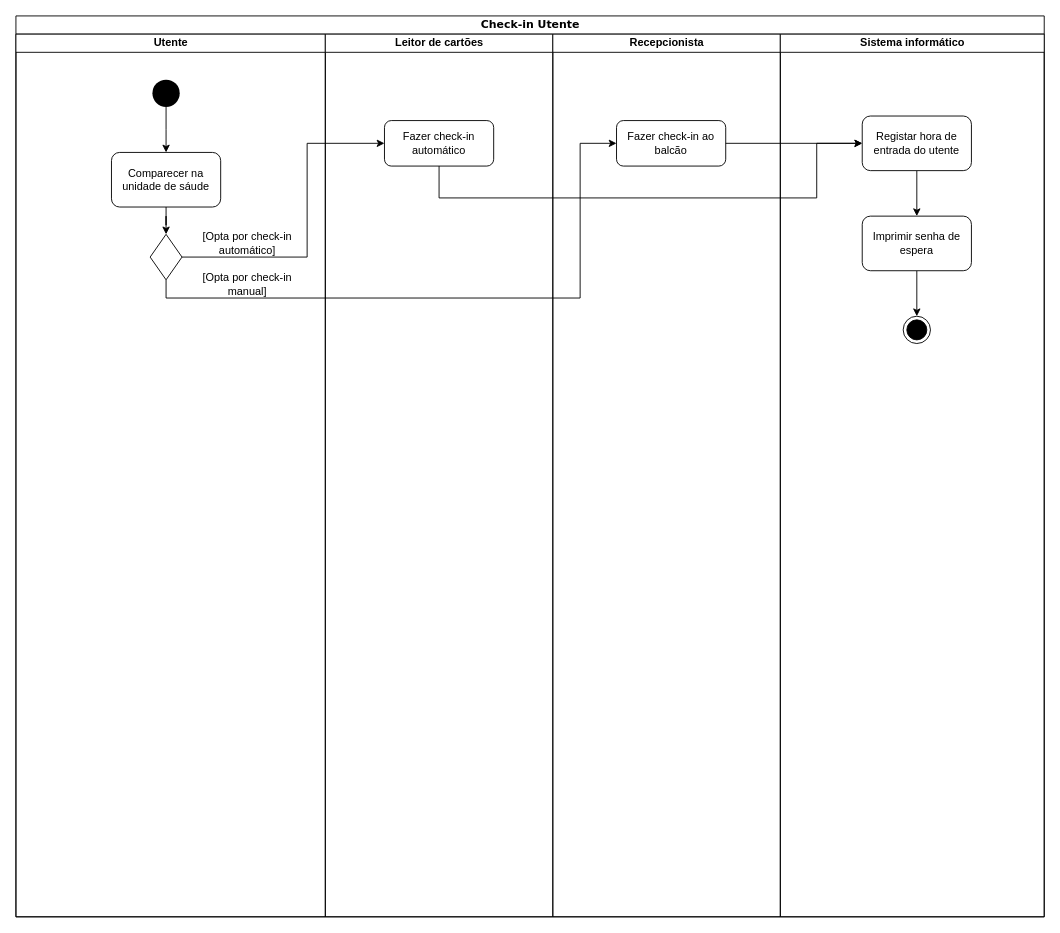
carlan92/Hospital_Management_System keeps this draw.io diagram as page "Check-in Utente" (5 of 6) of Diagramas de actividades.drawio. Above is the earlier version. Source tidied: cells renumbered, new cells numbered last; positions are measured from the earlier drawing's top-left corner, leaving out a move shared by most shapes. Both pictures are drawn from the tidied source at 91%, with x=0, y=0 at pixel (15, 15).
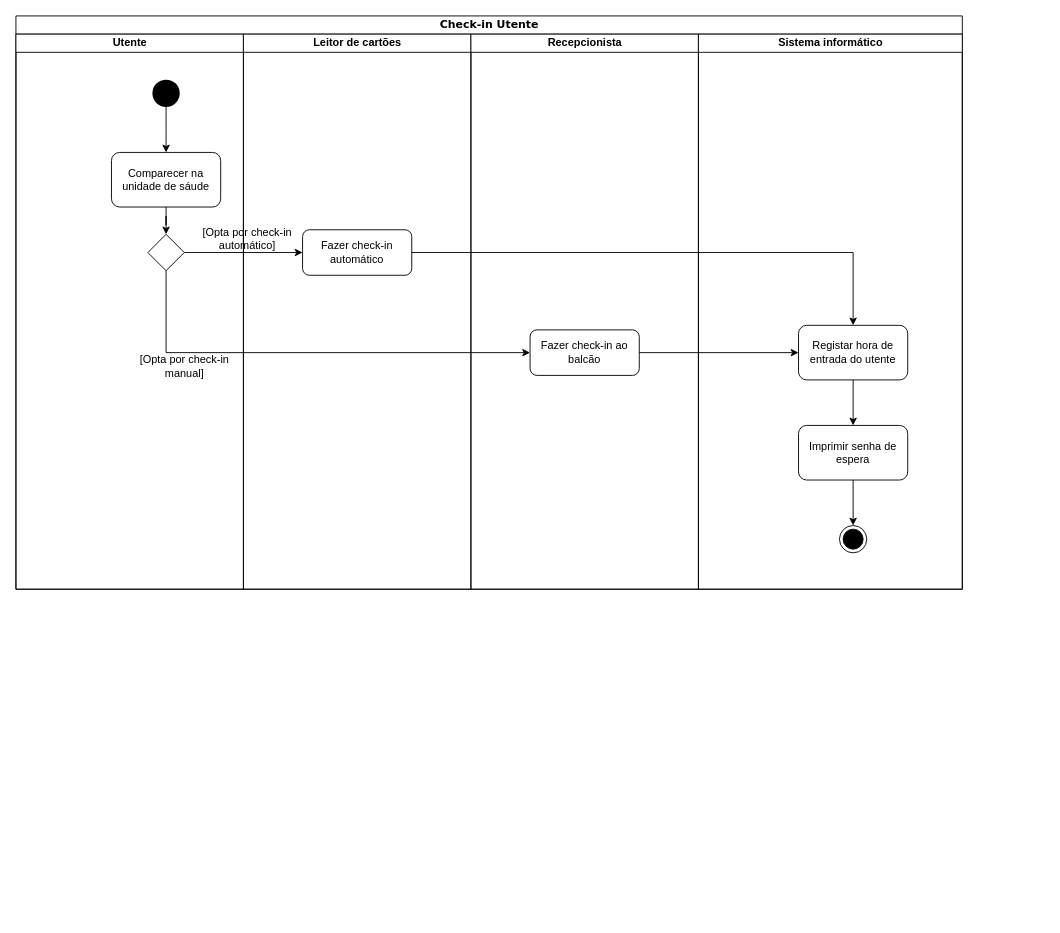
The same page after the edit.

The edit, as a diff of the source:
```diff
@@
     <mxCell id="2" value="Check-in Utente" style="swimlane;html=1;startSize=20;rounded=0;shadow=0;comic=0;labelBackgroundColor=none;strokeWidth=1;fontFamily=Verdana;fontSize=12;align=center;" parent="1" vertex="1">
-      <mxGeometry width="1130" height="990" as="geometry" />
+      <mxGeometry width="1040" height="630" as="geometry" />
     </mxCell>
     <mxCell id="3" value="Utente" style="swimlane;html=1;startSize=20;" parent="2" vertex="1">
-      <mxGeometry y="20" width="340" height="970" as="geometry" />
+      <mxGeometry y="20" width="250" height="610" as="geometry" />
     </mxCell>
@@
     <mxCell id="7" style="rhombus;whiteSpace=wrap;html=1;" parent="3" vertex="1">
-      <mxGeometry x="147.5" y="220" width="35" height="50" as="geometry" />
+      <mxGeometry x="145" y="220" width="40" height="40" as="geometry" />
     </mxCell>
@@
     <mxCell id="9" value="[Opta por check-in &lt;br&gt;automático]" style="text;html=1;align=center;verticalAlign=middle;" parent="3" vertex="1">
-      <mxGeometry x="199" y="215" width="110" height="30" as="geometry" />
+      <mxGeometry x="199" y="210" width="110" height="30" as="geometry" />
     </mxCell>
     <mxCell id="10" value="[Opta por check-in &lt;br&gt;manual]" style="text;html=1;align=center;verticalAlign=middle;" parent="3" vertex="1">
-      <mxGeometry x="199" y="260" width="110" height="30" as="geometry" />
+      <mxGeometry x="130" y="350" width="110" height="30" as="geometry" />
     </mxCell>
     <mxCell id="11" value="Leitor de cartões" style="swimlane;html=1;startSize=20;" parent="2" vertex="1">
-      <mxGeometry x="340" y="20" width="250" height="970" as="geometry" />
+      <mxGeometry x="250" y="20" width="250" height="610" as="geometry" />
     </mxCell>
     <mxCell id="12" value="Fazer check-in&lt;br&gt;automático" style="rounded=1;whiteSpace=wrap;html=1;" parent="11" vertex="1">
-      <mxGeometry x="65" y="95" width="120" height="50" as="geometry" />
+      <mxGeometry x="65" y="215" width="120" height="50" as="geometry" />
     </mxCell>
     <mxCell id="13" value="Recepcionista" style="swimlane;html=1;startSize=20;" parent="2" vertex="1">
-      <mxGeometry x="590" y="20" width="250" height="970" as="geometry" />
+      <mxGeometry x="500" y="20" width="250" height="610" as="geometry" />
     </mxCell>
     <mxCell id="14" value="&lt;span&gt;Fazer check-in ao balcão&lt;/span&gt;" style="rounded=1;whiteSpace=wrap;html=1;" parent="13" vertex="1">
-      <mxGeometry x="70" y="95" width="120" height="50" as="geometry" />
+      <mxGeometry x="65" y="325" width="120" height="50" as="geometry" />
     </mxCell>
+    <mxCell id="24" style="edgeStyle=orthogonalEdgeStyle;rounded=0;jettySize=auto;html=1;exitX=1;exitY=0.5;exitDx=0;exitDy=0;entryX=0;entryY=0.5;entryDx=0;entryDy=0;" parent="2" edge="1" source="14" target="17">
+      <mxGeometry relative="1" as="geometry" />
+    </mxCell>
     <mxCell id="15" value="Sistema informático" style="swimlane;html=1;startSize=20;" parent="2" vertex="1">
-      <mxGeometry x="840" y="20" width="290" height="970" as="geometry" />
+      <mxGeometry x="750" y="20" width="290" height="610" as="geometry" />
     </mxCell>
@@
     <mxCell id="17" value="Registar hora de entrada do utente" style="rounded=1;whiteSpace=wrap;html=1;" parent="15" vertex="1">
-      <mxGeometry x="90" y="90" width="120" height="60" as="geometry" />
+      <mxGeometry x="110" y="320" width="120" height="60" as="geometry" />
     </mxCell>
@@
     <mxCell id="19" value="Imprimir senha de espera" style="rounded=1;whiteSpace=wrap;html=1;" parent="15" vertex="1">
-      <mxGeometry x="90" y="200" width="120" height="60" as="geometry" />
+      <mxGeometry x="110" y="430" width="120" height="60" as="geometry" />
     </mxCell>
     <mxCell id="20" style="ellipse;html=1;shape=endState;fillColor=#000000;strokeColor=#000000;" parent="15" vertex="1">
-      <mxGeometry x="135" y="310" width="30" height="30" as="geometry" />
+      <mxGeometry x="155" y="540" width="30" height="30" as="geometry" />
     </mxCell>
-    <mxCell id="21" style="edgeStyle=orthogonalEdgeStyle;rounded=0;jettySize=auto;html=1;exitX=1;exitY=0.5;exitDx=0;exitDy=0;entryX=0;entryY=0.5;entryDx=0;entryDy=0;" parent="2" edge="1" source="7" target="12">
-      <mxGeometry relative="1" as="geometry">
-        <Array as="points">
-          <mxPoint x="320" y="265" />
-          <mxPoint x="320" y="140" />
-        </Array>
-      </mxGeometry>
-    </mxCell>
     <mxCell id="22" style="edgeStyle=orthogonalEdgeStyle;rounded=0;jettySize=auto;html=1;exitX=0.5;exitY=1;exitDx=0;exitDy=0;entryX=0;entryY=0.5;entryDx=0;entryDy=0;" parent="2" edge="1" source="7" target="14">
       <mxGeometry relative="1" as="geometry">
         <Array as="points">
-          <mxPoint x="165" y="310" />
-          <mxPoint x="620" y="310" />
-          <mxPoint x="620" y="140" />
+          <mxPoint x="165" y="370" />
         </Array>
       </mxGeometry>
     </mxCell>
-    <mxCell id="23" style="edgeStyle=orthogonalEdgeStyle;rounded=0;jettySize=auto;html=1;exitX=0.5;exitY=1;exitDx=0;exitDy=0;entryX=0;entryY=0.5;entryDx=0;entryDy=0;" parent="2" edge="1" source="12" target="17">
+    <mxCell id="23" style="edgeStyle=orthogonalEdgeStyle;rounded=0;jettySize=auto;html=1;exitX=1;exitY=0.5;exitDx=0;exitDy=0;entryX=0.5;entryY=0;entryDx=0;entryDy=0;" parent="2" edge="1" source="12" target="17">
       <mxGeometry relative="1" as="geometry">
         <Array as="points">
-          <mxPoint x="465" y="200" />
-          <mxPoint x="880" y="200" />
-          <mxPoint x="880" y="140" />
-          <mxPoint x="925" y="140" />
+          <mxPoint x="920" y="260" />
         </Array>
       </mxGeometry>
     </mxCell>
-    <mxCell id="24" style="edgeStyle=orthogonalEdgeStyle;rounded=0;jettySize=auto;html=1;exitX=1;exitY=0.5;exitDx=0;exitDy=0;entryX=0;entryY=0.5;entryDx=0;entryDy=0;" parent="2" edge="1" source="14" target="17">
-      <mxGeometry relative="1" as="geometry" />
-    </mxCell>
+    <mxCell id="21" style="edgeStyle=orthogonalEdgeStyle;rounded=0;jettySize=auto;html=1;exitX=1;exitY=0.5;exitDx=0;exitDy=0;entryX=0;entryY=0.5;entryDx=0;entryDy=0;" parent="2" edge="1" source="7" target="12">
+      <mxGeometry relative="1" as="geometry" />
+    </mxCell>
```
